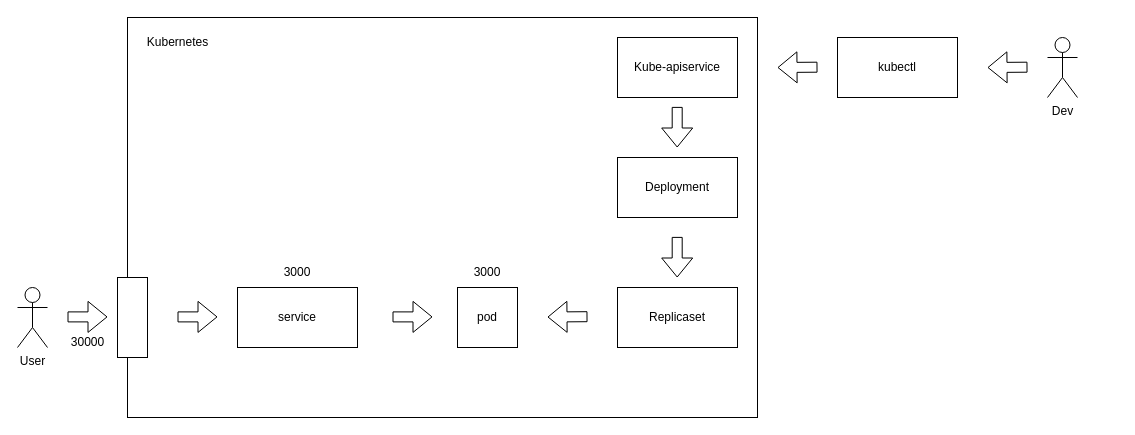
This is node-app-diagram.dio from nisibz/node-js-kubernetes, a draw.io file, before an edit. Source tidied: cells renumbered, new cells numbered last; positions are measured from the earlier drawing's top-left corner, leaving out a move shared by most shapes. Both pictures are drawn from the tidied source at 100%, with x=0, y=0 at pixel (17, 17).
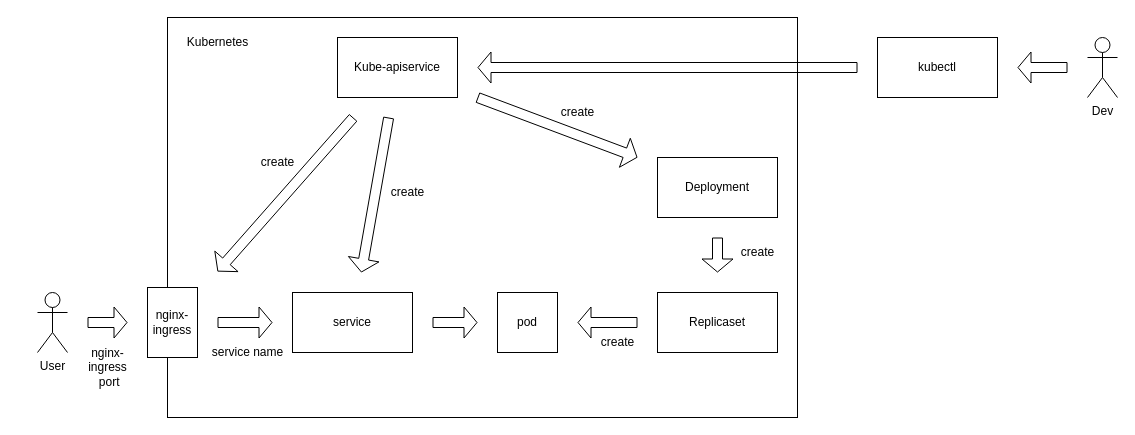
The same diagram, later.

Change to the diagram source:
```diff
@@
-<mxGraphModel background="#FFFFFF">
+<mxGraphModel>
@@
     <mxCell id="2" style="rounded=0;whiteSpace=wrap;html=1;" parent="1" vertex="1">
-      <mxGeometry x="110" width="630" height="400" as="geometry" />
+      <mxGeometry x="150" width="630" height="400" as="geometry" />
     </mxCell>
     <mxCell id="3" value="Kubernetes" style="text;html=1;align=center;verticalAlign=middle;strokeColor=none;fillColor=none;" parent="1" vertex="1">
-      <mxGeometry x="120" y="10" width="80" height="30" as="geometry" />
+      <mxGeometry x="160" y="10" width="80" height="30" as="geometry" />
     </mxCell>
-    <mxCell id="4" style="rounded=0;whiteSpace=wrap;html=1;" parent="1" vertex="1">
-      <mxGeometry x="100" y="260" width="30" height="80" as="geometry" />
-    </mxCell>
+    <mxCell id="24" style="edgeStyle=none;shape=flexArrow;html=1;strokeWidth=1;endSize=4;sourcePerimeterSpacing=20;targetPerimeterSpacing=20;" parent="1" edge="1" source="5" target="6">
+      <mxGeometry relative="1" as="geometry" />
+    </mxCell>
     <mxCell id="5" value="Dev" style="shape=umlActor;verticalLabelPosition=bottom;verticalAlign=top;html=1;outlineConnect=0;" parent="1" vertex="1">
-      <mxGeometry x="1030" y="20" width="30" height="60" as="geometry" />
+      <mxGeometry x="1070" y="20" width="30" height="60" as="geometry" />
     </mxCell>
+    <mxCell id="25" style="edgeStyle=none;shape=flexArrow;html=1;strokeWidth=1;endSize=4;sourcePerimeterSpacing=20;targetPerimeterSpacing=20;" parent="1" edge="1" source="6" target="7">
+      <mxGeometry relative="1" as="geometry" />
+    </mxCell>
     <mxCell id="6" value="kubectl" style="rounded=0;whiteSpace=wrap;html=1;" parent="1" vertex="1">
-      <mxGeometry x="820" y="20" width="120" height="60" as="geometry" />
+      <mxGeometry x="860" y="20" width="120" height="60" as="geometry" />
     </mxCell>
+    <mxCell id="26" style="edgeStyle=none;shape=flexArrow;html=1;strokeWidth=1;endSize=4;sourcePerimeterSpacing=20;targetPerimeterSpacing=20;" parent="1" edge="1" source="7" target="34">
+      <mxGeometry relative="1" as="geometry" />
+    </mxCell>
+    <mxCell id="27" style="edgeStyle=none;shape=flexArrow;html=1;strokeWidth=1;endSize=4;sourcePerimeterSpacing=20;targetPerimeterSpacing=20;" parent="1" edge="1" source="7" target="8">
+      <mxGeometry relative="1" as="geometry" />
+    </mxCell>
+    <mxCell id="28" style="edgeStyle=none;shape=flexArrow;html=1;strokeWidth=1;endSize=4;sourcePerimeterSpacing=20;targetPerimeterSpacing=20;" parent="1" edge="1" source="7" target="12">
+      <mxGeometry relative="1" as="geometry" />
+    </mxCell>
     <mxCell id="7" value="Kube-apiservice" style="rounded=0;whiteSpace=wrap;html=1;" parent="1" vertex="1">
-      <mxGeometry x="600" y="20" width="120" height="60" as="geometry" />
+      <mxGeometry x="320" y="20" width="120" height="60" as="geometry" />
     </mxCell>
+    <mxCell id="29" style="edgeStyle=none;shape=flexArrow;html=1;strokeWidth=1;endSize=4;sourcePerimeterSpacing=20;targetPerimeterSpacing=20;" parent="1" edge="1" source="8" target="9">
+      <mxGeometry relative="1" as="geometry" />
+    </mxCell>
     <mxCell id="8" value="Deployment" style="rounded=0;whiteSpace=wrap;html=1;" parent="1" vertex="1">
-      <mxGeometry x="600" y="140" width="120" height="60" as="geometry" />
+      <mxGeometry x="640" y="140" width="120" height="60" as="geometry" />
     </mxCell>
+    <mxCell id="30" style="edgeStyle=none;shape=flexArrow;html=1;strokeWidth=1;endSize=4;sourcePerimeterSpacing=20;targetPerimeterSpacing=20;" parent="1" edge="1" source="9" target="10">
+      <mxGeometry relative="1" as="geometry" />
+    </mxCell>
     <mxCell id="9" value="Replicaset" style="rounded=0;whiteSpace=wrap;html=1;" parent="1" vertex="1">
-      <mxGeometry x="600" y="270" width="120" height="60" as="geometry" />
+      <mxGeometry x="640" y="275" width="120" height="60" as="geometry" />
     </mxCell>
     <mxCell id="10" value="pod" style="rounded=0;whiteSpace=wrap;html=1;" parent="1" vertex="1">
-      <mxGeometry x="440" y="270" width="60" height="60" as="geometry" />
+      <mxGeometry x="480" y="275" width="60" height="60" as="geometry" />
     </mxCell>
+    <mxCell id="31" style="edgeStyle=none;shape=flexArrow;html=1;strokeWidth=1;endSize=4;sourcePerimeterSpacing=20;targetPerimeterSpacing=20;fillColor=none;labelBorderColor=none;" parent="1" edge="1" source="11" target="34">
+      <mxGeometry relative="1" as="geometry" />
+    </mxCell>
     <mxCell id="11" value="User" style="shape=umlActor;verticalLabelPosition=bottom;verticalAlign=top;html=1;outlineConnect=0;" parent="1" vertex="1">
-      <mxGeometry y="270" width="30" height="60" as="geometry" />
+      <mxGeometry x="20" y="275" width="30" height="60" as="geometry" />
     </mxCell>
+    <mxCell id="32" style="edgeStyle=none;shape=flexArrow;html=1;strokeWidth=1;endSize=4;sourcePerimeterSpacing=20;targetPerimeterSpacing=20;" parent="1" edge="1" source="12" target="10">
+      <mxGeometry relative="1" as="geometry" />
+    </mxCell>
     <mxCell id="12" value="service" style="rounded=0;whiteSpace=wrap;html=1;" parent="1" vertex="1">
-      <mxGeometry x="220" y="270" width="120" height="60" as="geometry" />
+      <mxGeometry x="275" y="275" width="120" height="60" as="geometry" />
     </mxCell>
-    <mxCell id="13" style="shape=flexArrow;endArrow=classic;html=1;" parent="1" edge="1">
-      <mxGeometry relative="1" as="geometry">
-        <mxPoint x="50" y="299.4" as="sourcePoint" />
-        <mxPoint x="90" y="299.4" as="targetPoint" />
-      </mxGeometry>
-    </mxCell>
-    <mxCell id="14" value="30000" style="text;html=1;align=center;verticalAlign=middle;strokeColor=none;fillColor=none;" parent="1" vertex="1">
-      <mxGeometry x="40" y="310" width="60" height="30" as="geometry" />
+    <mxCell id="14" value="nginx-&lt;br&gt;ingress&lt;br&gt;&amp;nbsp;port" style="text;html=1;align=center;verticalAlign=middle;strokeColor=none;fillColor=none;" parent="1" vertex="1">
+      <mxGeometry x="60" y="320" width="60" height="60" as="geometry" />
     </mxCell>
-    <mxCell id="15" style="shape=flexArrow;endArrow=classic;html=1;" parent="1" edge="1">
-      <mxGeometry relative="1" as="geometry">
-        <mxPoint x="160" y="299.4" as="sourcePoint" />
-        <mxPoint x="200" y="299.4" as="targetPoint" />
-      </mxGeometry>
-    </mxCell>
-    <mxCell id="16" style="shape=flexArrow;endArrow=classic;html=1;" parent="1" edge="1">
-      <mxGeometry relative="1" as="geometry">
-        <mxPoint x="375" y="299.4" as="sourcePoint" />
-        <mxPoint x="415" y="299.4" as="targetPoint" />
-      </mxGeometry>
-    </mxCell>
-    <mxCell id="17" style="shape=flexArrow;endArrow=classic;html=1;" parent="1" edge="1">
-      <mxGeometry relative="1" as="geometry">
-        <mxPoint x="659.7" y="219.4" as="sourcePoint" />
-        <mxPoint x="659.7" y="260" as="targetPoint" />
-      </mxGeometry>
-    </mxCell>
-    <mxCell id="18" style="shape=flexArrow;endArrow=classic;html=1;" parent="1" edge="1">
-      <mxGeometry relative="1" as="geometry">
-        <mxPoint x="659.7" y="89.4" as="sourcePoint" />
-        <mxPoint x="659.7" y="130" as="targetPoint" />
-      </mxGeometry>
-    </mxCell>
-    <mxCell id="19" style="shape=flexArrow;endArrow=classic;html=1;" parent="1" edge="1">
-      <mxGeometry relative="1" as="geometry">
-        <mxPoint x="800" y="49.7" as="sourcePoint" />
-        <mxPoint x="760" y="50" as="targetPoint" />
-      </mxGeometry>
-    </mxCell>
-    <mxCell id="20" style="shape=flexArrow;endArrow=classic;html=1;" parent="1" edge="1">
-      <mxGeometry relative="1" as="geometry">
-        <mxPoint x="1010" y="49.7" as="sourcePoint" />
-        <mxPoint x="970" y="50" as="targetPoint" />
-      </mxGeometry>
-    </mxCell>
-    <mxCell id="21" style="shape=flexArrow;endArrow=classic;html=1;" parent="1" edge="1">
-      <mxGeometry relative="1" as="geometry">
-        <mxPoint x="570" y="299.2" as="sourcePoint" />
-        <mxPoint x="530" y="299.5" as="targetPoint" />
-      </mxGeometry>
-    </mxCell>
-    <mxCell id="22" value="3000" style="text;html=1;strokeColor=none;fillColor=none;align=center;verticalAlign=middle;whiteSpace=wrap;rounded=0;" parent="1" vertex="1">
-      <mxGeometry x="440" y="240" width="60" height="30" as="geometry" />
-    </mxCell>
-    <mxCell id="23" value="3000" style="text;html=1;strokeColor=none;fillColor=none;align=center;verticalAlign=middle;whiteSpace=wrap;rounded=0;" parent="1" vertex="1">
-      <mxGeometry x="250" y="240" width="60" height="30" as="geometry" />
-    </mxCell>
+    <mxCell id="33" style="edgeStyle=none;shape=flexArrow;html=1;strokeWidth=1;endSize=4;sourcePerimeterSpacing=20;targetPerimeterSpacing=20;" parent="1" edge="1" source="34" target="12">
+      <mxGeometry relative="1" as="geometry" />
+    </mxCell>
+    <mxCell id="34" value="nginx-ingress" style="rounded=0;whiteSpace=wrap;html=1;" parent="1" vertex="1">
+      <mxGeometry x="130" y="270" width="50" height="70" as="geometry" />
+    </mxCell>
+    <mxCell id="35" value="create" style="text;html=1;align=center;verticalAlign=middle;strokeColor=none;fillColor=none;" parent="1" vertex="1">
+      <mxGeometry x="230" y="130" width="60" height="30" as="geometry" />
+    </mxCell>
+    <mxCell id="36" value="create" style="text;html=1;align=center;verticalAlign=middle;strokeColor=none;fillColor=none;" parent="1" vertex="1">
+      <mxGeometry x="360" y="160" width="60" height="30" as="geometry" />
+    </mxCell>
+    <mxCell id="37" value="create" style="text;html=1;align=center;verticalAlign=middle;strokeColor=none;fillColor=none;" parent="1" vertex="1">
+      <mxGeometry x="530" y="80" width="60" height="30" as="geometry" />
+    </mxCell>
+    <mxCell id="38" value="create" style="text;html=1;align=center;verticalAlign=middle;strokeColor=none;fillColor=none;" parent="1" vertex="1">
+      <mxGeometry x="710" y="220" width="60" height="30" as="geometry" />
+    </mxCell>
+    <mxCell id="39" value="create" style="text;html=1;align=center;verticalAlign=middle;strokeColor=none;fillColor=none;" parent="1" vertex="1">
+      <mxGeometry x="570" y="310" width="60" height="30" as="geometry" />
+    </mxCell>
+    <mxCell id="40" value="service name" style="text;html=1;align=center;verticalAlign=middle;strokeColor=none;fillColor=none;" parent="1" vertex="1">
+      <mxGeometry x="185" y="320" width="90" height="30" as="geometry" />
+    </mxCell>
```
